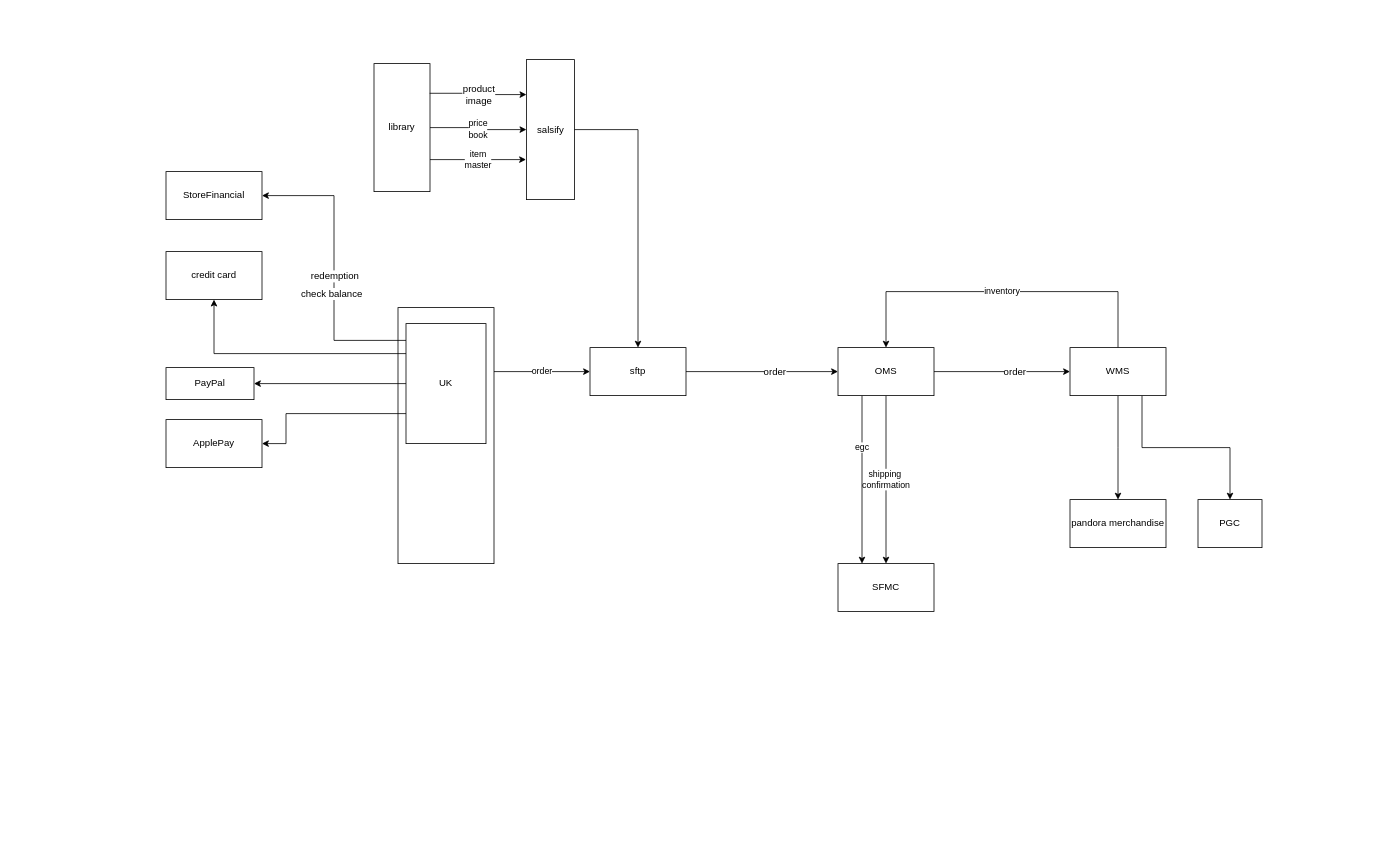
Before: page "emea" (3 of 3) of Untitled Diagram.drawio in soum/pnd-diagrams, a draw.io diagram. Source tidied: cells renumbered, new cells numbered last; positions are measured from the earlier drawing's top-left corner, leaving out a move shared by most shapes. Both pictures are drawn from the tidied source at 80%, with x=0, y=0 at pixel (166, 59).
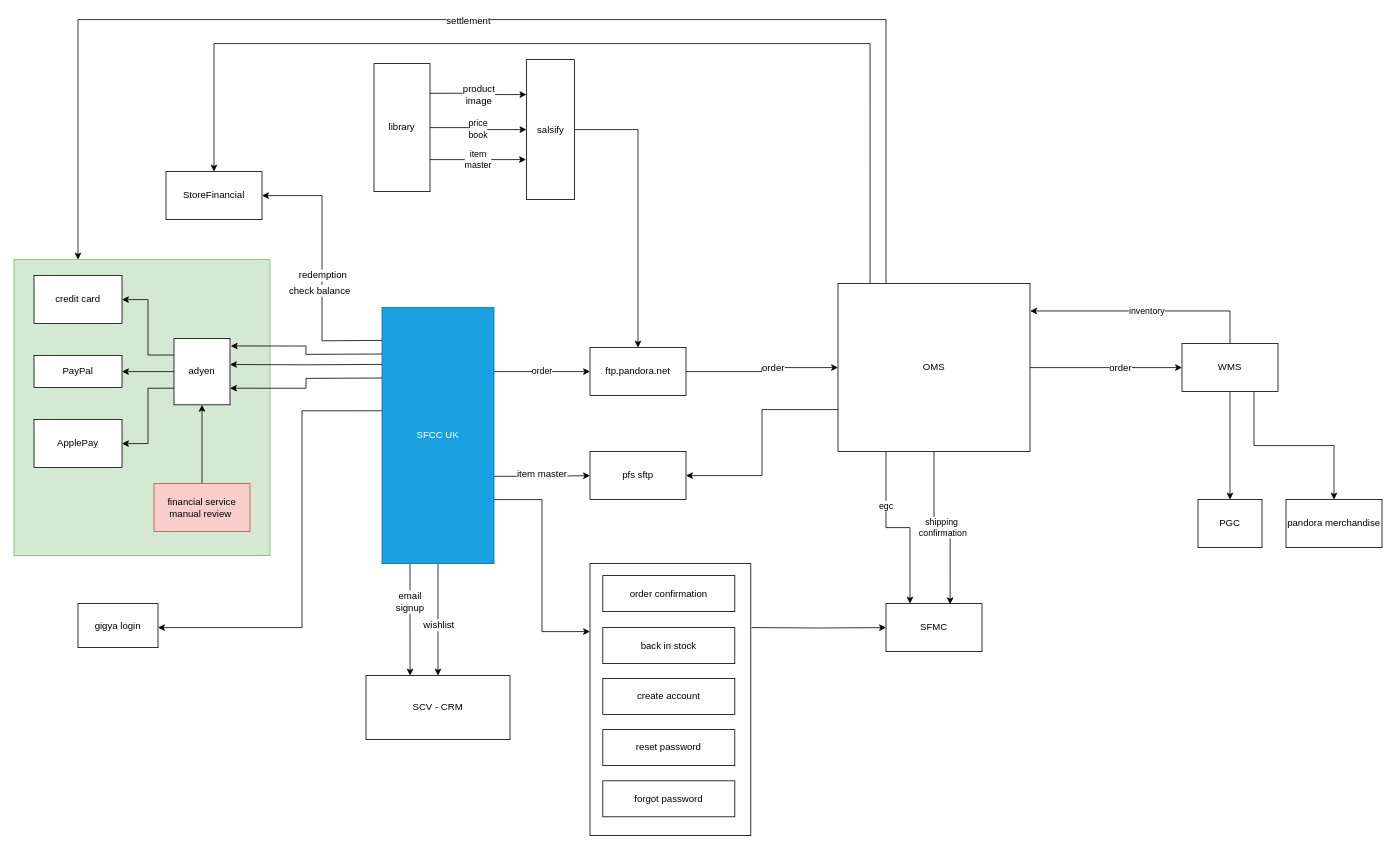
The same diagram, later.

The change refers to these unchanged cells:
```xml
<mxCell id="12" value="StoreFinancial" style="rounded=0;whiteSpace=wrap;html=1;" parent="1" vertex="1">
  <mxGeometry y="140" width="120" height="60" as="geometry" />
</mxCell>
<mxCell id="36" value="PGC" style="rounded=0;whiteSpace=wrap;html=1;" parent="1" vertex="1">
  <mxGeometry x="1290" y="550" width="80" height="60" as="geometry" />
</mxCell>
```

Diff of the diagram source:
```diff
@@
+    <mxCell id="37" style="rounded=0;whiteSpace=wrap;html=1;shadow=0;glass=0;comic=0;fillColor=#d5e8d4;strokeColor=#82b366;" parent="1" vertex="1">
+      <mxGeometry x="-190" y="250" width="320" height="370" as="geometry" />
+    </mxCell>
@@
+    <mxCell id="38" style="edgeStyle=orthogonalEdgeStyle;rounded=0;jettySize=auto;html=1;exitX=1;exitY=0.659;exitDx=0;exitDy=0;entryX=0;entryY=0.5;entryDx=0;entryDy=0;exitPerimeter=0;" parent="1" edge="1" source="3" target="55">
+      <mxGeometry relative="1" as="geometry" />
+    </mxCell>
+    <mxCell id="39" value="item master" style="text;html=1;align=center;verticalAlign=middle;labelBackgroundColor=#ffffff;" parent="38" vertex="1">
+      <mxGeometry x="-0.03" y="3" relative="1" as="geometry" />
+    </mxCell>
+    <mxCell id="40" style="edgeStyle=orthogonalEdgeStyle;rounded=0;jettySize=auto;html=1;exitX=1;exitY=0.75;exitDx=0;exitDy=0;entryX=0;entryY=0.25;entryDx=0;entryDy=0;" parent="1" edge="1" source="3" target="63">
+      <mxGeometry relative="1" as="geometry" />
+    </mxCell>
+    <mxCell id="41" style="edgeStyle=orthogonalEdgeStyle;rounded=0;jettySize=auto;html=1;" parent="1" edge="1" source="3">
+      <mxGeometry relative="1" as="geometry">
+        <mxPoint x="340" y="770" as="targetPoint" />
+      </mxGeometry>
+    </mxCell>
+    <mxCell id="42" value="wishlist" style="text;html=1;align=center;verticalAlign=middle;labelBackgroundColor=#ffffff;" parent="41" vertex="1">
+      <mxGeometry x="0.09" relative="1" as="geometry" />
+    </mxCell>
+    <mxCell id="43" style="edgeStyle=orthogonalEdgeStyle;rounded=0;jettySize=auto;html=1;exitX=0.25;exitY=1;exitDx=0;exitDy=0;entryX=0.306;entryY=0;entryDx=0;entryDy=0;entryPerimeter=0;" parent="1" edge="1" source="3" target="69">
+      <mxGeometry relative="1" as="geometry" />
+    </mxCell>
+    <mxCell id="44" value="email&lt;br&gt;signup" style="text;html=1;align=center;verticalAlign=middle;labelBackgroundColor=#ffffff;" parent="43" vertex="1">
+      <mxGeometry x="-0.33" y="-1" relative="1" as="geometry" />
+    </mxCell>
+    <mxCell id="45" style="edgeStyle=orthogonalEdgeStyle;rounded=0;jettySize=auto;html=1;exitX=0.007;exitY=0.403;exitDx=0;exitDy=0;exitPerimeter=0;" parent="1" edge="1" source="3" target="46">
+      <mxGeometry relative="1" as="geometry">
+        <Array as="points">
+          <mxPoint x="170" y="439" />
+          <mxPoint x="170" y="710" />
+        </Array>
+      </mxGeometry>
+    </mxCell>
-    <mxCell id="3" style="rounded=0;whiteSpace=wrap;html=1;" parent="1" vertex="1">
-      <mxGeometry x="290" y="310" width="120" height="320" as="geometry" />
+    <mxCell id="3" value="SFCC UK" style="rounded=0;whiteSpace=wrap;html=1;fillColor=#1ba1e2;strokeColor=#006EAF;fontColor=#ffffff;" parent="1" vertex="1">
+      <mxGeometry x="270" y="310" width="140" height="320" as="geometry" />
     </mxCell>
+    <mxCell id="46" value="gigya login" style="rounded=0;whiteSpace=wrap;html=1;" parent="1" vertex="1">
+      <mxGeometry x="-110" y="680" width="100" height="55" as="geometry" />
+    </mxCell>
-    <mxCell id="4" style="edgeStyle=orthogonalEdgeStyle;rounded=0;jettySize=auto;html=1;entryX=1;entryY=0.5;entryDx=0;entryDy=0;exitX=0.01;exitY=0.14;exitDx=0;exitDy=0;exitPerimeter=0;" parent="1" edge="1" source="10" target="12">
-      <mxGeometry relative="1" as="geometry" />
+    <mxCell id="4" style="edgeStyle=orthogonalEdgeStyle;rounded=0;jettySize=auto;html=1;entryX=1;entryY=0.5;entryDx=0;entryDy=0;" parent="1" edge="1" target="12">
+      <mxGeometry relative="1" as="geometry">
+        <mxPoint x="270" y="351" as="sourcePoint" />
+      </mxGeometry>
     </mxCell>
@@
-    <mxCell id="7" style="edgeStyle=orthogonalEdgeStyle;rounded=0;jettySize=auto;html=1;exitX=0;exitY=0.25;exitDx=0;exitDy=0;entryX=0.5;entryY=1;entryDx=0;entryDy=0;" parent="1" edge="1" source="10" target="33">
-      <mxGeometry relative="1" as="geometry" />
-    </mxCell>
-    <mxCell id="8" style="edgeStyle=orthogonalEdgeStyle;rounded=0;jettySize=auto;html=1;" parent="1" edge="1" source="10" target="11">
-      <mxGeometry relative="1" as="geometry" />
-    </mxCell>
-    <mxCell id="9" style="edgeStyle=orthogonalEdgeStyle;rounded=0;jettySize=auto;html=1;exitX=0;exitY=0.75;exitDx=0;exitDy=0;entryX=1;entryY=0.5;entryDx=0;entryDy=0;" parent="1" edge="1" source="10" target="34">
-      <mxGeometry relative="1" as="geometry">
-        <Array as="points">
-          <mxPoint x="150" y="443" />
-          <mxPoint x="150" y="480" />
-        </Array>
-      </mxGeometry>
-    </mxCell>
-    <mxCell id="10" value="UK" style="rounded=0;whiteSpace=wrap;html=1;" parent="1" vertex="1">
-      <mxGeometry x="300" y="330" width="100" height="150" as="geometry" />
-    </mxCell>
+    <mxCell id="47" style="edgeStyle=orthogonalEdgeStyle;rounded=0;jettySize=auto;html=1;entryX=1.014;entryY=0.114;entryDx=0;entryDy=0;entryPerimeter=0;" parent="1" edge="1" target="59">
+      <mxGeometry relative="1" as="geometry">
+        <mxPoint x="270" y="368" as="sourcePoint" />
+      </mxGeometry>
+    </mxCell>
+    <mxCell id="48" style="edgeStyle=orthogonalEdgeStyle;rounded=0;jettySize=auto;html=1;entryX=1;entryY=0.393;entryDx=0;entryDy=0;entryPerimeter=0;" parent="1" edge="1" target="59">
+      <mxGeometry relative="1" as="geometry">
+        <mxPoint x="270" y="381" as="sourcePoint" />
+      </mxGeometry>
+    </mxCell>
+    <mxCell id="49" style="edgeStyle=orthogonalEdgeStyle;rounded=0;jettySize=auto;html=1;entryX=1;entryY=0.75;entryDx=0;entryDy=0;" parent="1" edge="1" target="59">
+      <mxGeometry relative="1" as="geometry">
+        <mxPoint x="270" y="398" as="sourcePoint" />
+      </mxGeometry>
+    </mxCell>
     <mxCell id="11" value="PayPal" style="rounded=0;whiteSpace=wrap;html=1;" parent="1" vertex="1">
-      <mxGeometry y="385" width="110" height="40" as="geometry" />
+      <mxGeometry x="-165" y="370" width="110" height="40" as="geometry" />
     </mxCell>
@@
-    <mxCell id="15" value="sftp" style="rounded=0;whiteSpace=wrap;html=1;" parent="1" vertex="1">
+    <mxCell id="15" value="ftp.pandora.net" style="rounded=0;whiteSpace=wrap;html=1;" parent="1" vertex="1">
       <mxGeometry x="530" y="360" width="120" height="60" as="geometry" />
     </mxCell>
-    <mxCell id="16" value="shipping&amp;nbsp;&lt;br&gt;confirmation" style="edgeStyle=orthogonalEdgeStyle;rounded=0;jettySize=auto;html=1;exitX=0.5;exitY=1;exitDx=0;exitDy=0;" parent="1" edge="1" source="20">
-      <mxGeometry relative="1" as="geometry">
-        <mxPoint x="900" y="630" as="targetPoint" />
-      </mxGeometry>
+    <mxCell id="16" value="shipping&amp;nbsp;&lt;br&gt;confirmation" style="edgeStyle=orthogonalEdgeStyle;rounded=0;jettySize=auto;html=1;exitX=0.5;exitY=1;exitDx=0;exitDy=0;entryX=0.668;entryY=0.015;entryDx=0;entryDy=0;entryPerimeter=0;" parent="1" edge="1" source="20" target="21">
+      <mxGeometry relative="1" as="geometry" />
     </mxCell>
@@
+    <mxCell id="50" style="edgeStyle=orthogonalEdgeStyle;rounded=0;jettySize=auto;html=1;exitX=0;exitY=0.75;exitDx=0;exitDy=0;entryX=1;entryY=0.5;entryDx=0;entryDy=0;" parent="1" edge="1" source="20" target="55">
+      <mxGeometry relative="1" as="geometry" />
+    </mxCell>
+    <mxCell id="51" style="edgeStyle=orthogonalEdgeStyle;rounded=0;jettySize=auto;html=1;exitX=0.25;exitY=0;exitDx=0;exitDy=0;entryX=0.25;entryY=0;entryDx=0;entryDy=0;" parent="1" edge="1" source="20" target="37">
+      <mxGeometry relative="1" as="geometry">
+        <Array as="points">
+          <mxPoint x="900" y="-50" />
+          <mxPoint x="-110" y="-50" />
+        </Array>
+      </mxGeometry>
+    </mxCell>
+    <mxCell id="52" value="settlement" style="text;html=1;align=center;verticalAlign=middle;labelBackgroundColor=#ffffff;" parent="51" vertex="1">
+      <mxGeometry x="0.04" y="1" relative="1" as="geometry" />
+    </mxCell>
+    <mxCell id="53" style="edgeStyle=orthogonalEdgeStyle;rounded=0;jettySize=auto;html=1;entryX=0.5;entryY=0;entryDx=0;entryDy=0;exitX=0.167;exitY=0.005;exitDx=0;exitDy=0;exitPerimeter=0;" parent="1" edge="1" source="20" target="12">
+      <mxGeometry relative="1" as="geometry">
+        <Array as="points">
+          <mxPoint x="880" y="-20" />
+          <mxPoint x="60" y="-20" />
+        </Array>
+      </mxGeometry>
+    </mxCell>
     <mxCell id="20" value="OMS" style="rounded=0;whiteSpace=wrap;html=1;" parent="1" vertex="1">
-      <mxGeometry x="840" y="360" width="120" height="60" as="geometry" />
+      <mxGeometry x="840" y="280" width="240" height="210" as="geometry" />
     </mxCell>
     <mxCell id="21" value="SFMC" style="rounded=0;whiteSpace=wrap;html=1;" parent="1" vertex="1">
-      <mxGeometry x="840" y="630" width="120" height="60" as="geometry" />
+      <mxGeometry x="900" y="680" width="120" height="60" as="geometry" />
     </mxCell>
@@
-    <mxCell id="29" value="inventory" style="edgeStyle=orthogonalEdgeStyle;rounded=0;jettySize=auto;html=1;exitX=0.5;exitY=0;exitDx=0;exitDy=0;entryX=0.5;entryY=0;entryDx=0;entryDy=0;" parent="1" edge="1" source="32" target="20">
+    <mxCell id="29" value="inventory" style="edgeStyle=orthogonalEdgeStyle;rounded=0;jettySize=auto;html=1;exitX=0.5;exitY=0;exitDx=0;exitDy=0;entryX=1.001;entryY=0.163;entryDx=0;entryDy=0;entryPerimeter=0;" parent="1" edge="1" source="32" target="20">
       <mxGeometry relative="1" as="geometry">
         <Array as="points">
-          <mxPoint x="1190" y="290" />
-          <mxPoint x="900" y="290" />
+          <mxPoint x="1330" y="314" />
         </Array>
       </mxGeometry>
     </mxCell>
-    <mxCell id="30" style="edgeStyle=orthogonalEdgeStyle;rounded=0;jettySize=auto;html=1;exitX=0.5;exitY=1;exitDx=0;exitDy=0;" parent="1" edge="1" source="32">
-      <mxGeometry relative="1" as="geometry">
-        <mxPoint x="1190" y="550" as="targetPoint" />
-      </mxGeometry>
-    </mxCell>
-    <mxCell id="31" style="edgeStyle=orthogonalEdgeStyle;rounded=0;jettySize=auto;html=1;exitX=0.75;exitY=1;exitDx=0;exitDy=0;entryX=0.5;entryY=0;entryDx=0;entryDy=0;" parent="1" edge="1" source="32" target="36">
+    <mxCell id="31" style="edgeStyle=orthogonalEdgeStyle;rounded=0;jettySize=auto;html=1;exitX=0.5;exitY=1;exitDx=0;exitDy=0;entryX=0.5;entryY=0;entryDx=0;entryDy=0;" parent="1" edge="1" source="32" target="36">
       <mxGeometry relative="1" as="geometry" />
     </mxCell>
+    <mxCell id="54" style="edgeStyle=orthogonalEdgeStyle;rounded=0;jettySize=auto;html=1;exitX=0.75;exitY=1;exitDx=0;exitDy=0;entryX=0.5;entryY=0;entryDx=0;entryDy=0;" parent="1" edge="1" source="32" target="35">
+      <mxGeometry relative="1" as="geometry" />
+    </mxCell>
     <mxCell id="32" value="WMS" style="rounded=0;whiteSpace=wrap;html=1;" parent="1" vertex="1">
-      <mxGeometry x="1130" y="360" width="120" height="60" as="geometry" />
+      <mxGeometry x="1270" y="355" width="120" height="60" as="geometry" />
     </mxCell>
     <mxCell id="33" value="credit card" style="rounded=0;whiteSpace=wrap;html=1;" parent="1" vertex="1">
-      <mxGeometry y="240" width="120" height="60" as="geometry" />
+      <mxGeometry x="-165" y="270" width="110" height="60" as="geometry" />
     </mxCell>
     <mxCell id="34" value="ApplePay" style="rounded=0;whiteSpace=wrap;html=1;" parent="1" vertex="1">
-      <mxGeometry y="450" width="120" height="60" as="geometry" />
+      <mxGeometry x="-165" y="450" width="110" height="60" as="geometry" />
     </mxCell>
     <mxCell id="35" value="pandora merchandise" style="rounded=0;whiteSpace=wrap;html=1;" parent="1" vertex="1">
-      <mxGeometry x="1130" y="550" width="120" height="60" as="geometry" />
+      <mxGeometry x="1400" y="550" width="120" height="60" as="geometry" />
     </mxCell>
@@
+    <mxCell id="55" value="pfs sftp" style="rounded=0;whiteSpace=wrap;html=1;" parent="1" vertex="1">
+      <mxGeometry x="530" y="490" width="120" height="60" as="geometry" />
+    </mxCell>
+    <mxCell id="56" style="edgeStyle=orthogonalEdgeStyle;rounded=0;jettySize=auto;html=1;entryX=1;entryY=0.5;entryDx=0;entryDy=0;" parent="1" edge="1" source="59" target="11">
+      <mxGeometry relative="1" as="geometry" />
+    </mxCell>
+    <mxCell id="57" style="edgeStyle=orthogonalEdgeStyle;rounded=0;jettySize=auto;html=1;exitX=0;exitY=0.25;exitDx=0;exitDy=0;entryX=1;entryY=0.5;entryDx=0;entryDy=0;" parent="1" edge="1" source="59" target="33">
+      <mxGeometry relative="1" as="geometry" />
+    </mxCell>
+    <mxCell id="58" style="edgeStyle=orthogonalEdgeStyle;rounded=0;jettySize=auto;html=1;exitX=0;exitY=0.75;exitDx=0;exitDy=0;entryX=1;entryY=0.5;entryDx=0;entryDy=0;" parent="1" edge="1" source="59" target="34">
+      <mxGeometry relative="1" as="geometry" />
+    </mxCell>
+    <mxCell id="59" value="adyen" style="rounded=0;whiteSpace=wrap;html=1;shadow=0;glass=0;comic=0;" parent="1" vertex="1">
+      <mxGeometry x="10" y="348.5" width="70" height="83" as="geometry" />
+    </mxCell>
+    <mxCell id="60" style="edgeStyle=orthogonalEdgeStyle;rounded=0;jettySize=auto;html=1;exitX=0.5;exitY=0;exitDx=0;exitDy=0;entryX=0.5;entryY=1;entryDx=0;entryDy=0;" parent="1" edge="1" source="61" target="59">
+      <mxGeometry relative="1" as="geometry" />
+    </mxCell>
+    <mxCell id="61" value="financial service &lt;br&gt;manual&amp;nbsp;review&amp;nbsp;" style="rounded=0;whiteSpace=wrap;html=1;fillColor=#f8cecc;strokeColor=#b85450;" parent="1" vertex="1">
+      <mxGeometry x="-15" y="530" width="120" height="60" as="geometry" />
+    </mxCell>
+    <mxCell id="62" style="edgeStyle=orthogonalEdgeStyle;rounded=0;jettySize=auto;html=1;entryX=0;entryY=0.5;entryDx=0;entryDy=0;" parent="1" edge="1" target="21">
+      <mxGeometry relative="1" as="geometry">
+        <mxPoint x="732" y="710" as="sourcePoint" />
+      </mxGeometry>
+    </mxCell>
+    <mxCell id="63" style="rounded=0;whiteSpace=wrap;html=1;fillColor=none;" parent="1" vertex="1">
+      <mxGeometry x="530" y="630" width="201" height="340" as="geometry" />
+    </mxCell>
+    <mxCell id="64" value="order confirmation" style="rounded=0;whiteSpace=wrap;html=1;fillColor=none;" parent="1" vertex="1">
+      <mxGeometry x="546" y="645" width="165" height="45" as="geometry" />
+    </mxCell>
+    <mxCell id="65" value="back in stock" style="rounded=0;whiteSpace=wrap;html=1;fillColor=none;" parent="1" vertex="1">
+      <mxGeometry x="546" y="710" width="165" height="45" as="geometry" />
+    </mxCell>
+    <mxCell id="66" value="create account" style="rounded=0;whiteSpace=wrap;html=1;fillColor=none;" parent="1" vertex="1">
+      <mxGeometry x="546" y="773.5" width="165" height="45" as="geometry" />
+    </mxCell>
+    <mxCell id="67" value="reset password" style="rounded=0;whiteSpace=wrap;html=1;fillColor=none;" parent="1" vertex="1">
+      <mxGeometry x="546" y="837.5" width="165" height="45" as="geometry" />
+    </mxCell>
+    <mxCell id="68" value="forgot password" style="rounded=0;whiteSpace=wrap;html=1;fillColor=none;" parent="1" vertex="1">
+      <mxGeometry x="546" y="901.5" width="165" height="45" as="geometry" />
+    </mxCell>
+    <mxCell id="69" value="SCV - CRM" style="rounded=0;whiteSpace=wrap;html=1;" parent="1" vertex="1">
+      <mxGeometry x="250" y="770" width="180" height="80" as="geometry" />
+    </mxCell>
```
